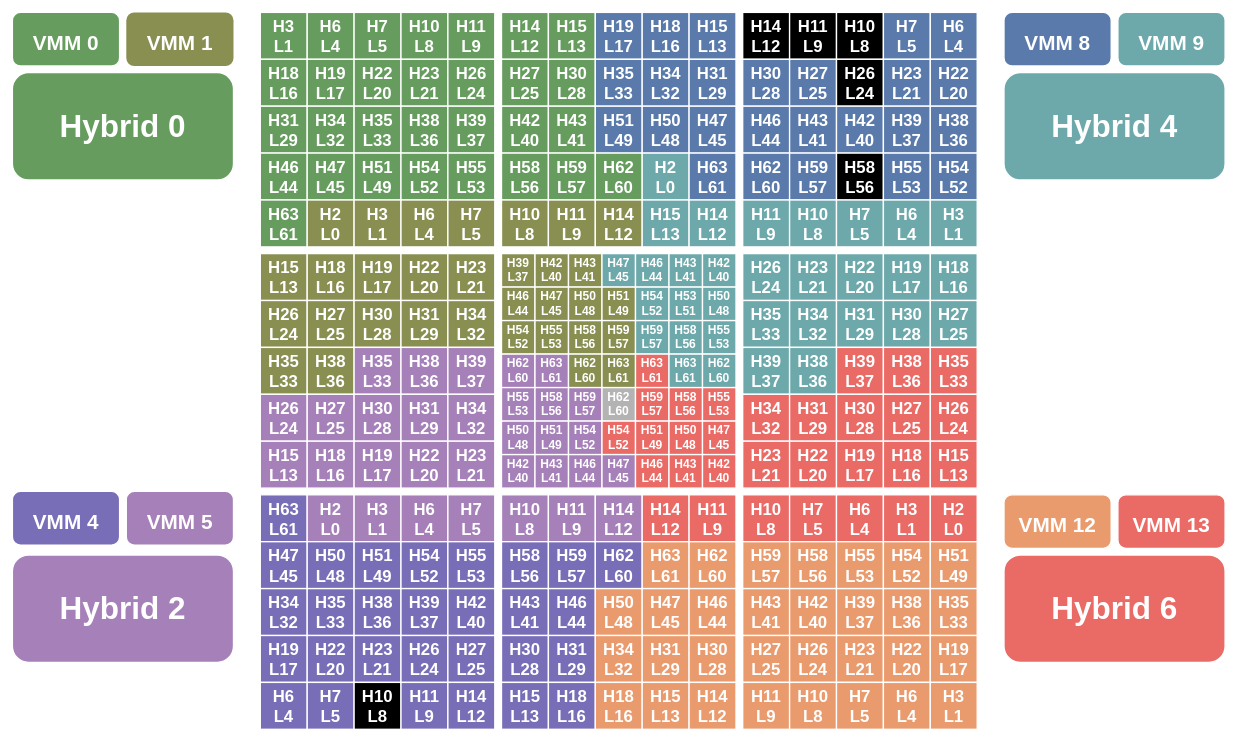
Above: page "VMM" (7 of 7) of docs/MappingFigures.drawio in RockPie/SV_Reader (draw.io), before the change. Source tidied: cells renumbered, new cells numbered last; positions are measured from the earlier drawing's top-left corner, leaving out a move shared by most shapes. Both pictures are drawn from the tidied source at 67%, with x=0, y=0 at pixel (12, 12).
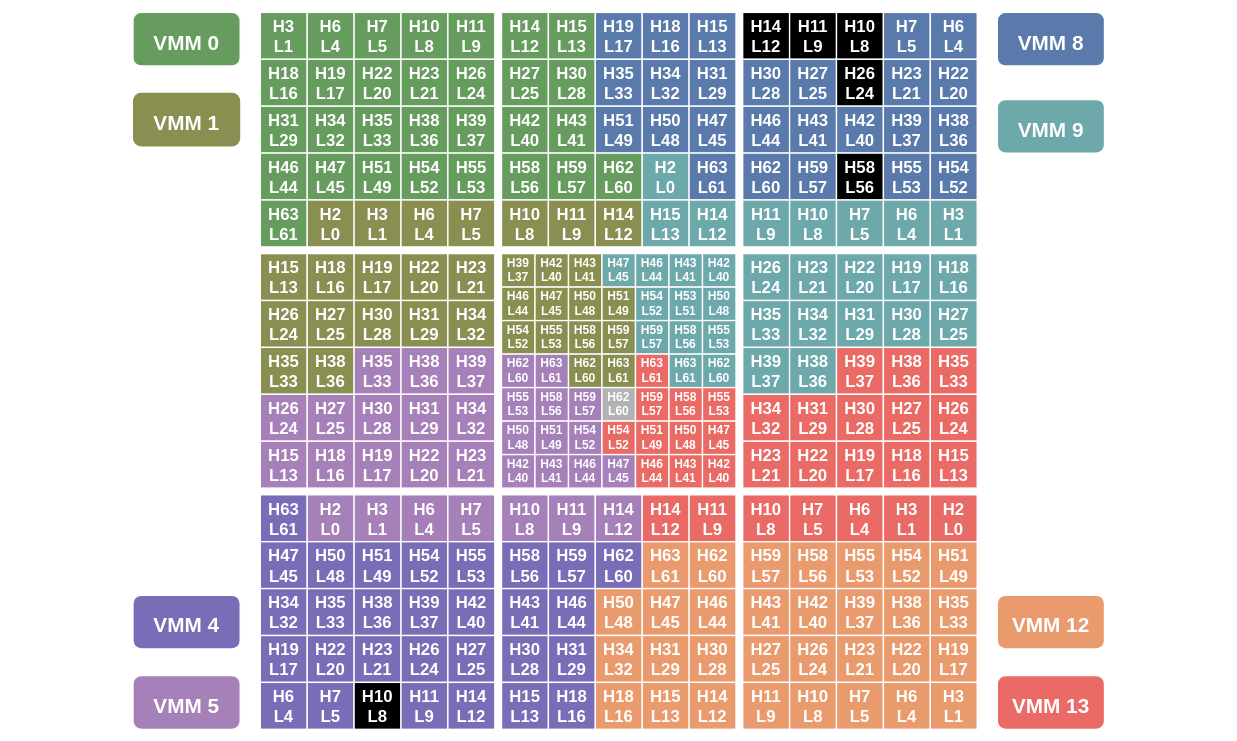
The same page after the edit.

Diff of the diagram source:
```diff
@@
-    <mxCell id="227" value="Hybrid 0" style="rounded=1;whiteSpace=wrap;html=1;fillColor=#669C5E;strokeWidth=2;strokeColor=#FFFFFF;fontFamily=Avenir;fontStyle=1;fontSize=47;fontColor=#FFFFFF;glass=0;shadow=0;" parent="1" vertex="1">
-      <mxGeometry y="90" width="330" height="160" as="geometry" />
-    </mxCell>
-    <mxCell id="228" value="Hybrid 2" style="rounded=1;whiteSpace=wrap;html=1;fillColor=#A680B8;strokeWidth=2;strokeColor=#FFFFFF;fontFamily=Avenir;fontStyle=1;fontSize=47;fontColor=#FFFFFF;glass=0;shadow=0;" parent="1" vertex="1">
-      <mxGeometry y="810" width="330" height="160" as="geometry" />
-    </mxCell>
-    <mxCell id="229" value="Hybrid 4" style="rounded=1;whiteSpace=wrap;html=1;fillColor=#6DA9AB;strokeWidth=2;strokeColor=#FFFFFF;fontFamily=Avenir;fontStyle=1;fontSize=47;fontColor=#FFFFFF;glass=0;shadow=0;" parent="1" vertex="1">
-      <mxGeometry x="1480" y="90" width="330" height="160" as="geometry" />
-    </mxCell>
-    <mxCell id="230" value="Hybrid 6" style="rounded=1;whiteSpace=wrap;html=1;fillColor=#EA6B66;strokeWidth=2;strokeColor=#FFFFFF;fontFamily=Avenir;fontStyle=1;fontSize=47;fontColor=#FFFFFF;glass=0;shadow=0;" parent="1" vertex="1">
-      <mxGeometry x="1480" y="810" width="330" height="160" as="geometry" />
-    </mxCell>
     <mxCell id="231" value="&lt;font style=&quot;font-size: 31px;&quot;&gt;VMM 0&lt;br&gt;&lt;/font&gt;" style="rounded=1;whiteSpace=wrap;html=1;fillColor=#669C5E;strokeWidth=2;strokeColor=#FFFFFF;fontFamily=Avenir;fontStyle=1;fontSize=47;fontColor=#FFFFFF;glass=0;shadow=0;" parent="1" vertex="1">
-      <mxGeometry width="160" height="80" as="geometry" />
+      <mxGeometry x="180" width="160" height="80" as="geometry" />
     </mxCell>
     <mxCell id="232" value="&lt;font style=&quot;font-size: 31px;&quot;&gt;VMM 1&lt;br&gt;&lt;/font&gt;" style="rounded=1;whiteSpace=wrap;html=1;fillColor=#898F51;strokeWidth=11;strokeColor=none;fontFamily=Avenir;fontStyle=1;fontSize=47;fontColor=#FFFFFF;glass=0;shadow=0;gradientColor=none;perimeterSpacing=0;fillStyle=auto;" parent="1" vertex="1">
-      <mxGeometry x="170" width="160" height="80" as="geometry" />
+      <mxGeometry x="180" y="120" width="160" height="80" as="geometry" />
     </mxCell>
     <mxCell id="233" value="&lt;font style=&quot;font-size: 31px;&quot;&gt;VMM 4&lt;br&gt;&lt;/font&gt;" style="rounded=1;whiteSpace=wrap;html=1;fillColor=#786EB8;strokeWidth=2;strokeColor=#FFFFFF;fontFamily=Avenir;fontStyle=1;fontSize=47;fontColor=#FFFFFF;glass=0;shadow=0;" parent="1" vertex="1">
-      <mxGeometry y="715" width="160" height="80" as="geometry" />
+      <mxGeometry x="180" y="870" width="160" height="80" as="geometry" />
     </mxCell>
     <mxCell id="234" value="&lt;font style=&quot;font-size: 31px;&quot;&gt;VMM 5&lt;br&gt;&lt;/font&gt;" style="rounded=1;whiteSpace=wrap;html=1;fillColor=#A680B8;strokeWidth=2;strokeColor=#FFFFFF;fontFamily=Avenir;fontStyle=1;fontSize=47;fontColor=#FFFFFF;glass=0;shadow=0;" parent="1" vertex="1">
-      <mxGeometry x="170" y="715" width="160" height="80" as="geometry" />
+      <mxGeometry x="180" y="990" width="160" height="80" as="geometry" />
     </mxCell>
     <mxCell id="235" value="&lt;font style=&quot;font-size: 31px;&quot;&gt;VMM 8&lt;br&gt;&lt;/font&gt;" style="rounded=1;whiteSpace=wrap;html=1;fillColor=#597AAB;strokeWidth=2;strokeColor=#FFFFFF;fontFamily=Avenir;fontStyle=1;fontSize=47;fontColor=#FFFFFF;glass=0;shadow=0;" parent="1" vertex="1">
-      <mxGeometry x="1480" width="160" height="80" as="geometry" />
+      <mxGeometry x="1470" width="160" height="80" as="geometry" />
     </mxCell>
     <mxCell id="236" value="&lt;font style=&quot;font-size: 31px;&quot;&gt;VMM 9&lt;br&gt;&lt;/font&gt;" style="rounded=1;whiteSpace=wrap;html=1;fillColor=#6DA9AB;strokeWidth=2;strokeColor=#FFFFFF;fontFamily=Avenir;fontStyle=1;fontSize=47;fontColor=#FFFFFF;glass=0;shadow=0;" parent="1" vertex="1">
-      <mxGeometry x="1650" width="160" height="80" as="geometry" />
+      <mxGeometry x="1470" y="130" width="160" height="80" as="geometry" />
     </mxCell>
     <mxCell id="237" value="&lt;font style=&quot;font-size: 31px;&quot;&gt;VMM 12&lt;br&gt;&lt;/font&gt;" style="rounded=1;whiteSpace=wrap;html=1;fillColor=#EA9B6E;strokeWidth=2;strokeColor=#FFFFFF;fontFamily=Avenir;fontStyle=1;fontSize=47;fontColor=#FFFFFF;glass=0;shadow=0;" parent="1" vertex="1">
-      <mxGeometry x="1480" y="720" width="160" height="80" as="geometry" />
+      <mxGeometry x="1470" y="870" width="160" height="80" as="geometry" />
     </mxCell>
     <mxCell id="238" value="&lt;font style=&quot;font-size: 31px;&quot;&gt;VMM 13&lt;br&gt;&lt;/font&gt;" style="rounded=1;whiteSpace=wrap;html=1;fillColor=#EA6B66;strokeWidth=2;strokeColor=#FFFFFF;fontFamily=Avenir;fontStyle=1;fontSize=47;fontColor=#FFFFFF;glass=0;shadow=0;" parent="1" vertex="1">
-      <mxGeometry x="1650" y="720" width="160" height="80" as="geometry" />
+      <mxGeometry x="1470" y="990" width="160" height="80" as="geometry" />
     </mxCell>
```
